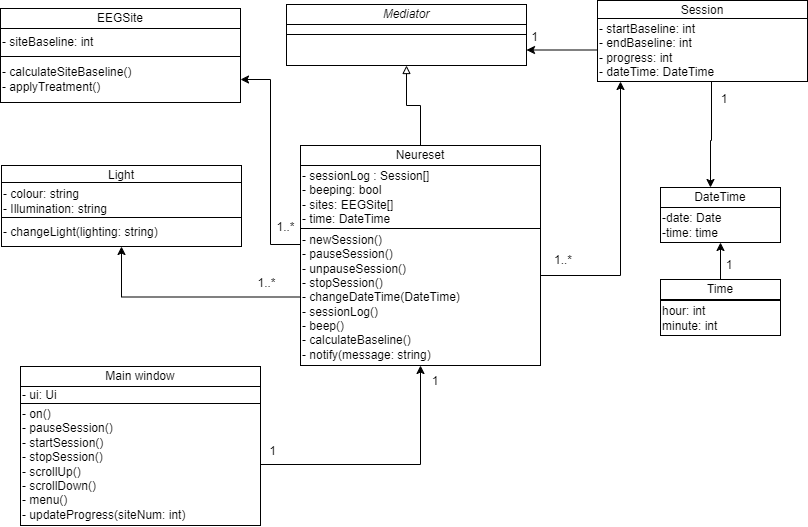
The draw.io diagram Diagrams/NeuresetUML.png in SaiPaladugu/neureset-comp3004, before a commit. Source tidied: cells renumbered, new cells last; positions are measured from the earlier drawing's top-left corner, leaving out a move shared by most shapes.
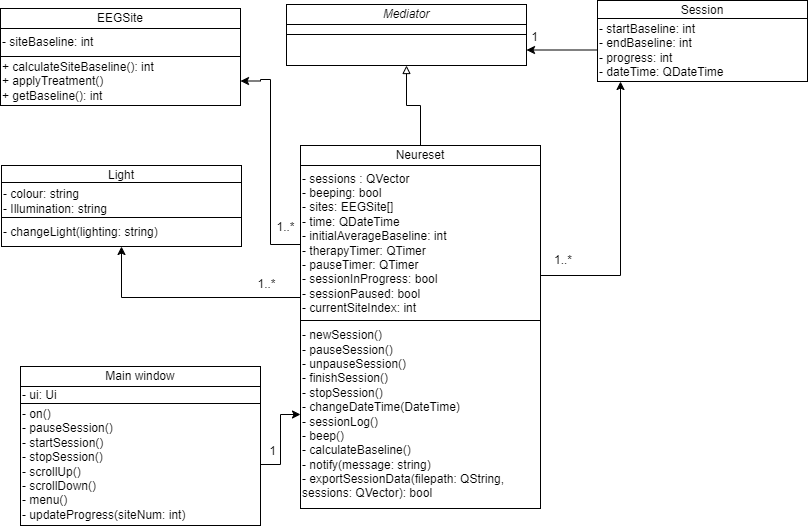
The same diagram one commit later.

The edit, as a diff of the source:
```diff
@@ -2,62 +2,50 @@
   <root>
     <mxCell id="0" />
     <mxCell id="1" parent="0" />
-    <mxCell id="2" value="DateTime" style="rounded=0;whiteSpace=wrap;html=1;" parent="1" vertex="1">
-      <mxGeometry x="660" y="187" width="120" height="20" as="geometry" />
-    </mxCell>
-    <mxCell id="3" value="&lt;div style=&quot;&quot;&gt;-date: Date&lt;/div&gt;&lt;div style=&quot;&quot;&gt;-time: time&lt;/div&gt;&lt;span id=&quot;docs-internal-guid-68782151-7fff-3128-4f7a-dbfb32c3a9ff&quot;&gt;&lt;/span&gt;" style="rounded=0;whiteSpace=wrap;html=1;align=left;" parent="1" vertex="1">
-      <mxGeometry x="660" y="207" width="120" height="35" as="geometry" />
-    </mxCell>
     <mxCell id="4" value="Session" style="rounded=0;whiteSpace=wrap;html=1;" parent="1" vertex="1">
       <mxGeometry x="597" width="210" height="20" as="geometry" />
     </mxCell>
     <mxCell id="5" style="edgeStyle=orthogonalEdgeStyle;rounded=0;jettySize=auto;html=1;entryX=1;entryY=0.5;entryDx=0;entryDy=0;" parent="1" edge="1" source="6" target="20">
       <mxGeometry relative="1" as="geometry" />
     </mxCell>
-    <mxCell id="6" value="&lt;div style=&quot;&quot;&gt;- startBaseline: int&lt;br&gt;- endBaseline: int&lt;br&gt;- progress: int&lt;br&gt;- dateTime: DateTime&lt;/div&gt;&lt;span id=&quot;docs-internal-guid-68782151-7fff-3128-4f7a-dbfb32c3a9ff&quot;&gt;&lt;/span&gt;" style="rounded=0;whiteSpace=wrap;html=1;align=left;" parent="1" vertex="1">
+    <mxCell id="6" value="&lt;div style=&quot;&quot;&gt;- startBaseline: int&lt;br&gt;- endBaseline: int&lt;br&gt;- progress: int&lt;br&gt;- dateTime: QDateTime&lt;/div&gt;&lt;span id=&quot;docs-internal-guid-68782151-7fff-3128-4f7a-dbfb32c3a9ff&quot;&gt;&lt;/span&gt;" style="rounded=0;whiteSpace=wrap;html=1;align=left;" parent="1" vertex="1">
       <mxGeometry x="597" y="18" width="210" height="63" as="geometry" />
     </mxCell>
-    <mxCell id="7" style="edgeStyle=orthogonalEdgeStyle;rounded=0;jettySize=auto;html=1;endArrow=classic;endFill=1;" parent="1" edge="1" source="6" target="2">
-      <mxGeometry relative="1" as="geometry">
-        <Array as="points">
-          <mxPoint x="711" y="140" />
-          <mxPoint x="710" y="140" />
-        </Array>
-      </mxGeometry>
-    </mxCell>
     <mxCell id="8" style="edgeStyle=orthogonalEdgeStyle;rounded=0;jettySize=auto;html=1;endArrow=block;endFill=0;" parent="1" edge="1" source="9" target="20">
       <mxGeometry relative="1" as="geometry" />
     </mxCell>
     <mxCell id="9" value="Neureset" style="rounded=0;whiteSpace=wrap;html=1;" parent="1" vertex="1">
       <mxGeometry x="300" y="145" width="240" height="20" as="geometry" />
     </mxCell>
-    <mxCell id="10" value="&lt;div style=&quot;&quot;&gt;- sessionLog : Session[]&lt;/div&gt;&lt;div style=&quot;&quot;&gt;- beeping: bool&lt;/div&gt;&lt;div style=&quot;&quot;&gt;- sites: EEGSite[]&lt;br&gt;- time: DateTime&lt;/div&gt;&lt;span id=&quot;docs-internal-guid-68782151-7fff-3128-4f7a-dbfb32c3a9ff&quot;&gt;&lt;/span&gt;" style="rounded=0;whiteSpace=wrap;html=1;align=left;" parent="1" vertex="1">
-      <mxGeometry x="300" y="165" width="240" height="63" as="geometry" />
+    <mxCell id="10" value="&lt;div style=&quot;&quot;&gt;- sessions : QVector&lt;/div&gt;&lt;div style=&quot;&quot;&gt;&lt;span style=&quot;background-color: initial;&quot;&gt;- beeping: bool&lt;/span&gt;&lt;/div&gt;&lt;div style=&quot;&quot;&gt;- sites: EEGSite[]&lt;br&gt;- time: QDateTime&lt;/div&gt;&lt;div style=&quot;&quot;&gt;- initialAverageBaseline: int&lt;br&gt;- therapyTimer: QTimer&lt;/div&gt;&lt;div style=&quot;&quot;&gt;- pauseTimer: QTimer&lt;/div&gt;&lt;div style=&quot;&quot;&gt;- sessionInProgress: bool&lt;/div&gt;&lt;div style=&quot;&quot;&gt;- sessionPaused: bool&lt;/div&gt;&lt;div style=&quot;&quot;&gt;- currentSiteIndex: int&lt;/div&gt;&lt;span id=&quot;docs-internal-guid-68782151-7fff-3128-4f7a-dbfb32c3a9ff&quot;&gt;&lt;/span&gt;" style="rounded=0;whiteSpace=wrap;html=1;align=left;" parent="1" vertex="1">
+      <mxGeometry x="300" y="165" width="240" height="155" as="geometry" />
     </mxCell>
-    <mxCell id="11" style="edgeStyle=orthogonalEdgeStyle;rounded=0;jettySize=auto;html=1;" parent="1" edge="1" source="14" target="36">
+    <mxCell id="11" style="edgeStyle=orthogonalEdgeStyle;rounded=0;jettySize=auto;html=1;" parent="1" edge="1" source="10" target="36">
       <mxGeometry relative="1" as="geometry">
         <Array as="points">
           <mxPoint x="121" y="297" />
         </Array>
       </mxGeometry>
     </mxCell>
-    <mxCell id="12" style="edgeStyle=orthogonalEdgeStyle;rounded=0;jettySize=auto;html=1;entryX=1;entryY=0.5;entryDx=0;entryDy=0;" parent="1" edge="1" source="14" target="33">
+    <mxCell id="12" style="edgeStyle=orthogonalEdgeStyle;rounded=0;jettySize=auto;html=1;entryX=1;entryY=0.5;entryDx=0;entryDy=0;" parent="1" edge="1" source="10" target="33">
       <mxGeometry relative="1" as="geometry">
         <Array as="points">
           <mxPoint x="270" y="244" />
           <mxPoint x="270" y="79" />
+          <mxPoint x="260" y="79" />
+          <mxPoint x="260" y="81" />
         </Array>
       </mxGeometry>
     </mxCell>
-    <mxCell id="13" style="edgeStyle=orthogonalEdgeStyle;rounded=0;jettySize=auto;html=1;" parent="1" edge="1" source="14" target="6">
+    <mxCell id="13" style="edgeStyle=orthogonalEdgeStyle;rounded=0;jettySize=auto;html=1;" parent="1" edge="1" source="10" target="6">
       <mxGeometry relative="1" as="geometry">
         <Array as="points">
           <mxPoint x="620" y="275" />
         </Array>
       </mxGeometry>
     </mxCell>
-    <mxCell id="14" value="- newSession()&lt;br&gt;- pauseSession()&lt;div&gt;- unpauseSession()&lt;br&gt;- stopSession()&lt;br&gt;- changeDateTime(DateTime)&lt;br&gt;- sessionLog()&lt;br&gt;- beep()&lt;br&gt;-&amp;nbsp;&lt;span style=&quot;background-color: initial;&quot;&gt;calculateBaseline()&lt;/span&gt;&lt;/div&gt;&lt;div&gt;&lt;span style=&quot;background-color: initial;&quot;&gt;- notify(message: string)&lt;/span&gt;&lt;/div&gt;" style="rounded=0;whiteSpace=wrap;html=1;align=left;" parent="1" vertex="1">
-      <mxGeometry x="300" y="228" width="240" height="137" as="geometry" />
+    <mxCell id="14" value="- newSession()&lt;br&gt;- pauseSession()&lt;div&gt;- unpauseSession()&lt;/div&gt;&lt;div&gt;- finishSession()&lt;br&gt;- stopSession()&lt;br&gt;- changeDateTime(DateTime)&lt;br&gt;- sessionLog()&lt;br&gt;- beep()&lt;br&gt;-&amp;nbsp;&lt;span style=&quot;background-color: initial;&quot;&gt;calculateBaseline()&lt;/span&gt;&lt;/div&gt;&lt;div&gt;&lt;span style=&quot;background-color: initial;&quot;&gt;- notify(message: string)&lt;/span&gt;&lt;/div&gt;&lt;div&gt;&lt;span style=&quot;background-color: initial;&quot;&gt;- exportSessionData(filepath: QString, sessions: QVector): bool&lt;/span&gt;&lt;/div&gt;" style="rounded=0;whiteSpace=wrap;html=1;align=left;" parent="1" vertex="1">
+      <mxGeometry x="300" y="320" width="240" height="188" as="geometry" />
     </mxCell>
     <mxCell id="15" value="1" style="text;strokeColor=none;align=center;fillColor=none;html=1;verticalAlign=middle;whiteSpace=wrap;rounded=0;" parent="1" vertex="1">
       <mxGeometry x="504" y="19" width="61" height="35" as="geometry" />
@@ -65,9 +53,6 @@
     <mxCell id="16" value="1..*" style="text;strokeColor=none;align=center;fillColor=none;html=1;verticalAlign=middle;whiteSpace=wrap;rounded=0;" parent="1" vertex="1">
       <mxGeometry x="533" y="245" width="60" height="30" as="geometry" />
     </mxCell>
-    <mxCell id="17" value="1" style="text;strokeColor=none;align=center;fillColor=none;html=1;verticalAlign=middle;whiteSpace=wrap;rounded=0;" parent="1" vertex="1">
-      <mxGeometry x="694" y="84" width="60" height="30" as="geometry" />
-    </mxCell>
     <mxCell id="18" value="&lt;i&gt;Mediator&lt;/i&gt;" style="rounded=0;whiteSpace=wrap;html=1;" parent="1" vertex="1">
       <mxGeometry x="286" y="4" width="240" height="20" as="geometry" />
     </mxCell>
@@ -92,29 +77,14 @@
     <mxCell id="25" value="- on()&lt;div&gt;- pauseSession()&lt;br&gt;- startSession()&lt;/div&gt;&lt;div&gt;- stopSession()&lt;/div&gt;&lt;div&gt;- scrollUp()&lt;/div&gt;&lt;div&gt;- scrollDown()&lt;/div&gt;&lt;div&gt;- menu()&lt;/div&gt;&lt;div&gt;- updateProgress(siteNum: int)&lt;/div&gt;" style="rounded=0;whiteSpace=wrap;html=1;align=left;" parent="1" vertex="1">
       <mxGeometry x="20" y="403" width="240" height="122" as="geometry" />
     </mxCell>
-    <mxCell id="26" value="1" style="text;strokeColor=none;align=center;fillColor=none;html=1;verticalAlign=middle;whiteSpace=wrap;rounded=0;" parent="1" vertex="1">
-      <mxGeometry x="405" y="366" width="60" height="30" as="geometry" />
-    </mxCell>
-    <mxCell id="27" value="hour: int&lt;br&gt;minute: int" style="rounded=0;whiteSpace=wrap;html=1;align=left;" parent="1" vertex="1">
-      <mxGeometry x="660" y="300" width="120" height="35" as="geometry" />
-    </mxCell>
-    <mxCell id="28" style="edgeStyle=orthogonalEdgeStyle;rounded=0;jettySize=auto;html=1;" parent="1" edge="1" source="29" target="3">
-      <mxGeometry relative="1" as="geometry" />
-    </mxCell>
-    <mxCell id="29" value="Time" style="rounded=0;whiteSpace=wrap;html=1;" parent="1" vertex="1">
-      <mxGeometry x="660" y="279" width="120" height="20" as="geometry" />
-    </mxCell>
-    <mxCell id="30" value="1" style="text;strokeColor=none;align=center;fillColor=none;html=1;verticalAlign=middle;whiteSpace=wrap;rounded=0;" parent="1" vertex="1">
-      <mxGeometry x="699" y="250" width="60" height="30" as="geometry" />
-    </mxCell>
     <mxCell id="31" value="EEGSite" style="rounded=0;whiteSpace=wrap;html=1;" parent="1" vertex="1">
       <mxGeometry y="8" width="240" height="20" as="geometry" />
     </mxCell>
     <mxCell id="32" value="&lt;div style=&quot;&quot;&gt;- siteBaseline: int&lt;/div&gt;&lt;span id=&quot;docs-internal-guid-68782151-7fff-3128-4f7a-dbfb32c3a9ff&quot;&gt;&lt;/span&gt;" style="rounded=0;whiteSpace=wrap;html=1;align=left;" parent="1" vertex="1">
       <mxGeometry y="28" width="240" height="28" as="geometry" />
     </mxCell>
-    <mxCell id="33" value="- calculateSiteBaseline()&lt;div&gt;- applyTreatment()&lt;/div&gt;" style="rounded=0;whiteSpace=wrap;html=1;align=left;" parent="1" vertex="1">
-      <mxGeometry y="56" width="240" height="46" as="geometry" />
+    <mxCell id="33" value="+ calculateSiteBaseline(): int&lt;div&gt;+ applyTreatment()&lt;br&gt;+ getBaseline(): int&lt;/div&gt;" style="rounded=0;whiteSpace=wrap;html=1;align=left;" parent="1" vertex="1">
+      <mxGeometry y="56" width="240" height="49" as="geometry" />
     </mxCell>
     <mxCell id="34" value="Light" style="rounded=0;whiteSpace=wrap;html=1;" parent="1" vertex="1">
       <mxGeometry x="1" y="165" width="240" height="20" as="geometry" />
```
